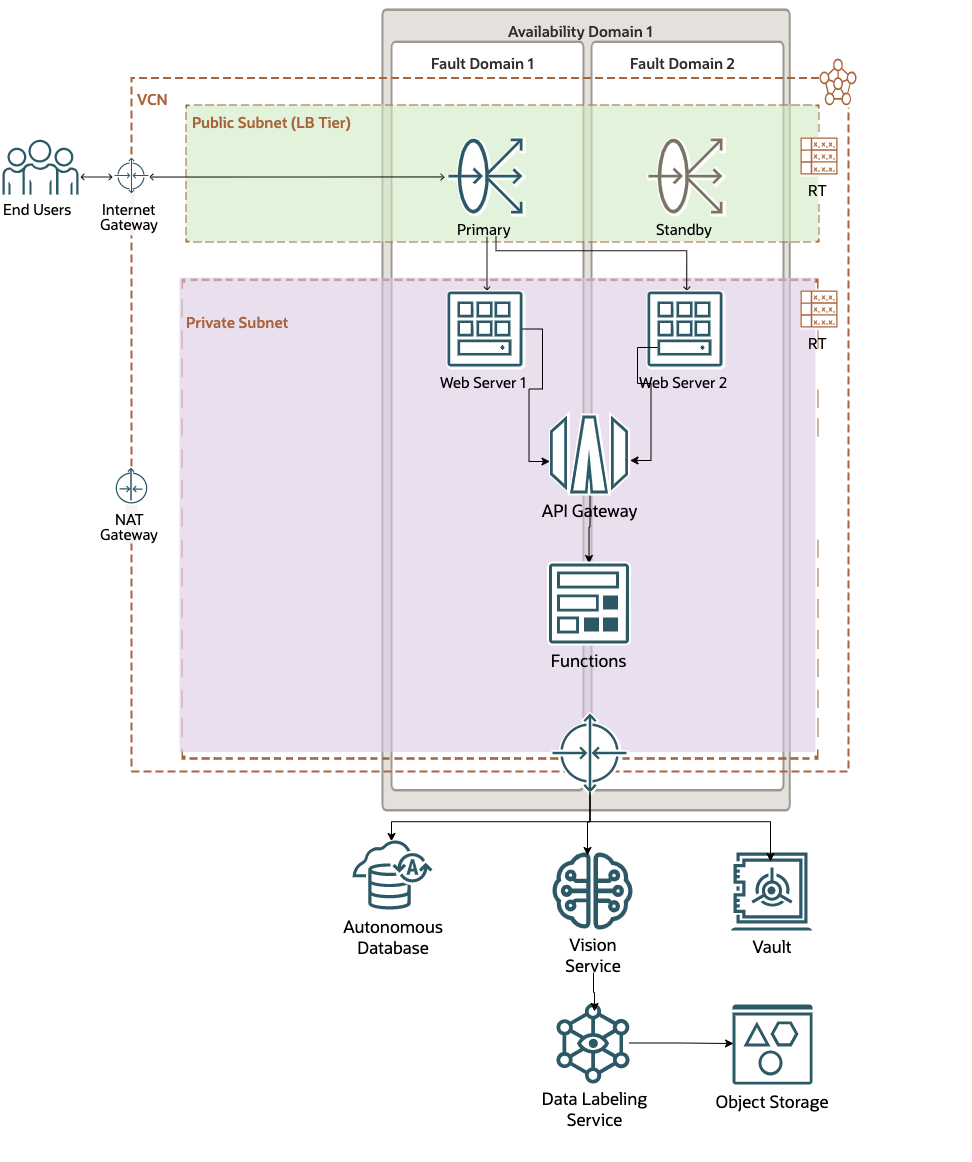
The draw.io diagram architecture.drawio.png in carlgira/oci-tf-vision-web-client, before a commit. Source tidied: cells renumbered, new cells last; positions are measured from the earlier drawing's top-left corner, leaving out a move shared by most shapes.
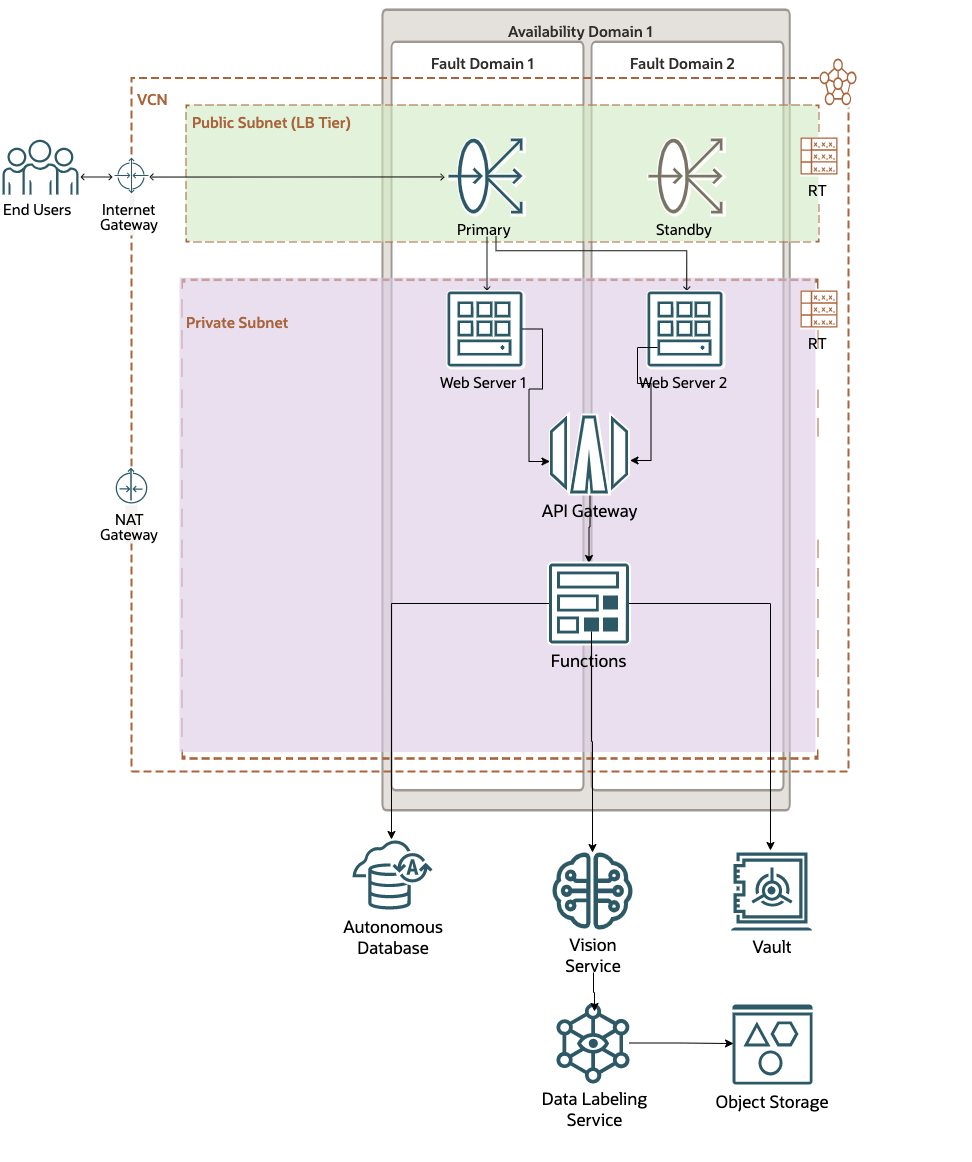
Above is the later version.

The edit, as a diff of the source:
```diff
@@ -563,44 +563,6 @@
     <mxCell id="188" value="&lt;div style=&quot;font-size: 1px&quot;&gt;&lt;p style=&quot;align:center;margin-left:0;margin-right:0;margin-top:0px;margin-bottom:0px;text-indent:0;valign:middle;direction:ltr;&quot;&gt;&lt;font style=&quot;font-size:16.93px;font-family:Oracle Sans;color:#000000;direction:ltr;letter-spacing:0px;line-height:120%;opacity:1&quot;&gt;Functions&lt;br/&gt;&lt;/font&gt;&lt;/p&gt;&lt;/div&gt;" style="verticalAlign=middle;align=center;vsdxID=50;fillColor=none;gradientColor=none;shape=(stored shape, 160 characters);strokeColor=none;spacingTop=-3;spacingBottom=-3;spacingLeft=-3;spacingRight=-3;labelBackgroundColor=none;rounded=0;html=1;whiteSpace=wrap;" parent="175" vertex="1">
       <mxGeometry x="4" y="89" width="75" height="20" as="geometry" />
     </mxCell>
-    <mxCell id="189" style="edgeStyle=orthogonalEdgeStyle;rounded=0;jettySize=auto;html=1;entryX=0.488;entryY=0.014;entryDx=0;entryDy=0;entryPerimeter=0;" parent="157" edge="1" source="190" target="230">
-      <mxGeometry relative="1" as="geometry">
-        <Array as="points">
-          <mxPoint x="411" y="544" />
-          <mxPoint x="212" y="544" />
-        </Array>
-      </mxGeometry>
-    </mxCell>
-    <mxCell id="190" style="vsdxID=55;fillColor=none;gradientColor=none;strokeColor=none;spacingTop=-3;spacingBottom=-3;spacingLeft=-3;spacingRight=-3;points=[];labelBackgroundColor=none;rounded=0;html=1;whiteSpace=wrap;" parent="157" vertex="1">
-      <mxGeometry x="372" y="433.8" width="77" height="84" as="geometry" />
-    </mxCell>
-    <mxCell id="191" style="vsdxID=56;fillColor=#FFFFFF;gradientColor=none;shape=(stored shape, 3036 characters);strokeColor=none;spacingTop=-3;spacingBottom=-3;spacingLeft=-3;spacingRight=-3;labelBackgroundColor=none;rounded=0;html=1;whiteSpace=wrap;" parent="190" vertex="1">
-      <mxGeometry y="1" width="75" height="81" as="geometry" />
-    </mxCell>
-    <mxCell id="192" style="vsdxID=57;fillColor=#FFFFFF;gradientColor=none;shape=(stored shape, 6300 characters);strokeColor=none;spacingTop=-3;spacingBottom=-3;spacingLeft=-3;spacingRight=-3;labelBackgroundColor=none;rounded=0;html=1;whiteSpace=wrap;" parent="190" vertex="1">
-      <mxGeometry width="77" height="84" as="geometry" />
-    </mxCell>
-    <mxCell id="193" style="vsdxID=58;fillColor=#2d5967;gradientColor=none;shape=(stored shape, 344 characters);strokeColor=none;spacingTop=-3;spacingBottom=-3;spacingLeft=-3;spacingRight=-3;labelBackgroundColor=none;rounded=0;html=1;whiteSpace=wrap;" parent="190" vertex="1">
-      <mxGeometry x="41" y="45" width="26" height="26" as="geometry" />
-    </mxCell>
-    <mxCell id="194" style="vsdxID=59;fillColor=#2d5967;gradientColor=none;shape=(stored shape, 344 characters);strokeColor=none;spacingTop=-3;spacingBottom=-3;spacingLeft=-3;spacingRight=-3;labelBackgroundColor=none;rounded=0;html=1;whiteSpace=wrap;" parent="190" vertex="1">
-      <mxGeometry x="9" y="45" width="26" height="26" as="geometry" />
-    </mxCell>
-    <mxCell id="195" style="vsdxID=60;fillColor=#2d5967;gradientColor=none;shape=(stored shape, 344 characters);strokeColor=none;spacingTop=-3;spacingBottom=-3;spacingLeft=-3;spacingRight=-3;labelBackgroundColor=none;rounded=0;html=1;whiteSpace=wrap;" parent="190" vertex="1">
-      <mxGeometry x="41" y="12" width="26" height="26" as="geometry" />
-    </mxCell>
-    <mxCell id="196" style="vsdxID=61;fillColor=#2d5967;gradientColor=none;shape=(stored shape, 328 characters);strokeColor=none;spacingTop=-3;spacingBottom=-3;spacingLeft=-3;spacingRight=-3;labelBackgroundColor=none;rounded=0;html=1;whiteSpace=wrap;" parent="190" vertex="1">
-      <mxGeometry x="9" y="12" width="26" height="26" as="geometry" />
-    </mxCell>
-    <mxCell id="197" style="vsdxID=62;fillColor=#2d5967;gradientColor=none;shape=(stored shape, 364 characters);strokeColor=none;spacingTop=-3;spacingBottom=-3;spacingLeft=-3;spacingRight=-3;points=[];labelBackgroundColor=none;rounded=0;html=1;whiteSpace=wrap;" parent="190" vertex="1">
-      <mxGeometry x="32" y="2" width="13" height="79" as="geometry" />
-    </mxCell>
-    <mxCell id="198" style="vsdxID=63;fillColor=#2d5967;gradientColor=none;shape=(stored shape, 264 characters);strokeColor=none;spacingTop=-3;spacingBottom=-3;spacingLeft=-3;spacingRight=-3;labelBackgroundColor=none;rounded=0;html=1;whiteSpace=wrap;" parent="190" vertex="1">
-      <mxGeometry x="40" y="35" width="35" height="13" as="geometry" />
-    </mxCell>
-    <mxCell id="199" style="vsdxID=64;fillColor=#2d5967;gradientColor=none;shape=(stored shape, 276 characters);strokeColor=none;spacingTop=-3;spacingBottom=-3;spacingLeft=-3;spacingRight=-3;labelBackgroundColor=none;rounded=0;html=1;whiteSpace=wrap;" parent="190" vertex="1">
-      <mxGeometry x="1" y="35" width="35" height="13" as="geometry" />
-    </mxCell>
     <mxCell id="200" style="vsdxID=125;fillColor=none;gradientColor=none;strokeColor=none;spacingTop=-3;spacingBottom=-3;spacingLeft=-3;spacingRight=-3;labelBackgroundColor=none;rounded=0;html=1;whiteSpace=wrap;" parent="157" vertex="1">
       <mxGeometry x="372" y="573.8" width="84" height="80" as="geometry" />
     </mxCell>
@@ -637,9 +599,6 @@
     <mxCell id="211" value="&lt;div style=&quot;font-size: 1px&quot;&gt;&lt;p style=&quot;align:center;margin-left:0;margin-right:0;margin-top:0px;margin-bottom:0px;text-indent:0;valign:middle;direction:ltr;&quot;&gt;&lt;font style=&quot;font-size:16.93px;font-family:Oracle Sans;color:#000000;direction:ltr;letter-spacing:0px;line-height:120%;opacity:1&quot;&gt;Vision&lt;/font&gt;&lt;/p&gt;&lt;p style=&quot;align:center;margin-left:0;margin-right:0;margin-top:0px;margin-bottom:0px;text-indent:0;valign:middle;direction:ltr;&quot;&gt;&lt;font style=&quot;font-size:16.93px;font-family:Oracle Sans;color:#000000;direction:ltr;letter-spacing:0px;line-height:120%;opacity:1&quot;&gt;Service&lt;/font&gt;&lt;/p&gt;&lt;/div&gt;" style="verticalAlign=middle;align=center;vsdxID=137;fillColor=none;gradientColor=none;shape=(stored shape, 160 characters);strokeColor=none;spacingTop=-3;spacingBottom=-3;spacingLeft=-3;spacingRight=-3;points=[];labelBackgroundColor=none;rounded=0;html=1;whiteSpace=wrap;" parent="157" vertex="1">
       <mxGeometry x="371" y="658.8" width="86" height="36" as="geometry" />
     </mxCell>
-    <mxCell id="212" style="edgeStyle=orthogonalEdgeStyle;rounded=0;jettySize=auto;html=1;entryX=-0.119;entryY=0.05;entryDx=0;entryDy=0;entryPerimeter=0;" parent="157" edge="1" source="197" target="205">
-      <mxGeometry relative="1" as="geometry" />
-    </mxCell>
     <mxCell id="213" style="vsdxID=58;fillColor=none;gradientColor=none;strokeColor=none;spacingTop=-3;spacingBottom=-3;spacingLeft=-3;spacingRight=-3;points=[];labelBackgroundColor=none;rounded=0;html=1;whiteSpace=wrap;" parent="157" vertex="1">
       <mxGeometry x="551" y="573.8" width="84" height="81" as="geometry" />
     </mxCell>
@@ -679,14 +638,6 @@
     <mxCell id="225" value="&lt;div style=&quot;font-size: 1px&quot;&gt;&lt;p style=&quot;align:center;margin-left:0;margin-right:0;margin-top:0px;margin-bottom:0px;text-indent:0;valign:middle;direction:ltr;&quot;&gt;&lt;font style=&quot;font-size:16.93px;font-family:Oracle Sans;color:#000000;direction:ltr;letter-spacing:0px;line-height:120%;opacity:1&quot;&gt;Vault&lt;br/&gt;&lt;/font&gt;&lt;/p&gt;&lt;/div&gt;" style="verticalAlign=middle;align=center;vsdxID=71;fillColor=none;gradientColor=none;shape=(stored shape, 160 characters);strokeColor=none;spacingTop=-3;spacingBottom=-3;spacingLeft=-3;spacingRight=-3;labelBackgroundColor=none;rounded=0;html=1;whiteSpace=wrap;" parent="157" vertex="1">
       <mxGeometry x="570" y="658.8" width="46" height="20" as="geometry" />
     </mxCell>
-    <mxCell id="226" style="edgeStyle=orthogonalEdgeStyle;rounded=0;jettySize=auto;html=1;entryX=0.536;entryY=0.05;entryDx=0;entryDy=0;entryPerimeter=0;" parent="157" edge="1" source="197" target="218">
-      <mxGeometry relative="1" as="geometry">
-        <Array as="points">
-          <mxPoint x="411" y="544" />
-          <mxPoint x="591" y="544" />
-        </Array>
-      </mxGeometry>
-    </mxCell>
     <mxCell id="227" style="vsdxID=21;fillColor=none;gradientColor=none;strokeColor=none;spacingTop=-3;spacingBottom=-3;spacingLeft=-3;spacingRight=-3;points=[];labelBackgroundColor=none;rounded=0;html=1;whiteSpace=wrap;" parent="157" vertex="1">
       <mxGeometry x="172" y="561.8" width="84" height="73" as="geometry" />
     </mxCell>
@@ -702,6 +653,15 @@
     <mxCell id="231" value="&lt;div style=&quot;font-size: 1px&quot;&gt;&lt;p style=&quot;align:center;margin-left:0;margin-right:0;margin-top:0px;margin-bottom:0px;text-indent:0;valign:middle;direction:ltr;&quot;&gt;&lt;font style=&quot;font-size:16.93px;font-family:Oracle Sans;color:#000000;direction:ltr;letter-spacing:0px;line-height:120%;opacity:1&quot;&gt;Autonomous&lt;br/&gt;Database&lt;br/&gt;&lt;/font&gt;&lt;/p&gt;&lt;/div&gt;" style="verticalAlign=middle;align=center;vsdxID=26;fillColor=none;gradientColor=none;shape=(stored shape, 160 characters);strokeColor=none;spacingTop=-3;spacingBottom=-3;spacingLeft=-3;spacingRight=-3;labelBackgroundColor=none;rounded=0;html=1;whiteSpace=wrap;" parent="157" vertex="1">
       <mxGeometry x="162" y="638.8" width="104" height="40" as="geometry" />
     </mxCell>
+    <mxCell id="525" style="edgeStyle=orthogonalEdgeStyle;rounded=0;jettySize=auto;html=1;entryX=0;entryY=0.013;entryDx=0;entryDy=0;entryPerimeter=0;" parent="157" edge="1" source="187" target="205">
+      <mxGeometry relative="1" as="geometry" />
+    </mxCell>
+    <mxCell id="526" style="edgeStyle=orthogonalEdgeStyle;rounded=0;jettySize=auto;html=1;entryX=0.476;entryY=0;entryDx=0;entryDy=0;entryPerimeter=0;" parent="157" edge="1" source="180" target="227">
+      <mxGeometry relative="1" as="geometry" />
+    </mxCell>
+    <mxCell id="527" style="edgeStyle=orthogonalEdgeStyle;rounded=0;jettySize=auto;html=1;entryX=0.476;entryY=-0.012;entryDx=0;entryDy=0;entryPerimeter=0;" parent="157" edge="1" source="180" target="213">
+      <mxGeometry relative="1" as="geometry" />
+    </mxCell>
     <mxCell id="232" style="vsdxID=25;fillColor=#161513;gradientColor=none;shape=(stored shape, 572 characters);strokeColor=none;strokeWidth=2;spacingTop=-3;spacingBottom=-3;spacingLeft=-3;spacingRight=-3;labelBackgroundColor=none;rounded=0;html=1;whiteSpace=wrap;" parent="1" vertex="1">
       <mxGeometry x="79" y="172" width="32" height="7" as="geometry" />
     </mxCell>
```
